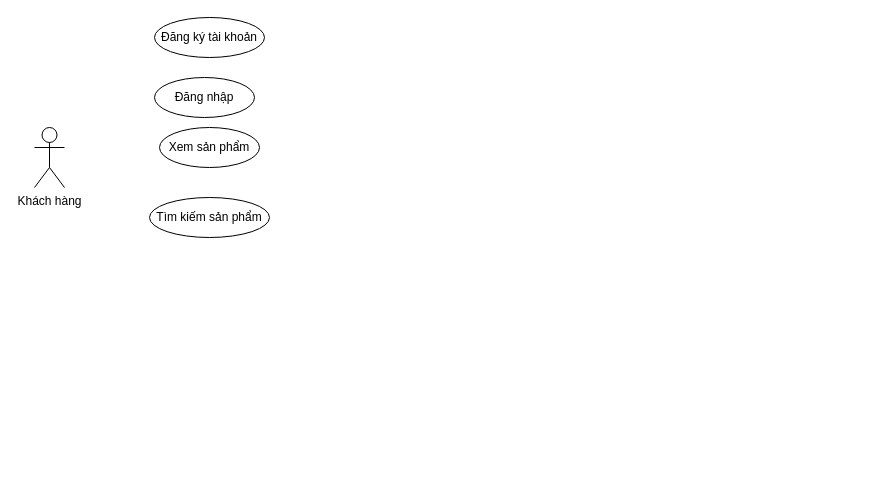
The draw.io diagram page "Page-1" (1 of 2) of shitttt.drawio in Ly-Tien-Dat/doantt, before the edit. Source tidied: cells renumbered, new cells numbered last; positions are measured from the earlier drawing's top-left corner, leaving out a move shared by most shapes. Both pictures are drawn from the tidied source at 100%, with x=0, y=0 at pixel (34, 17).
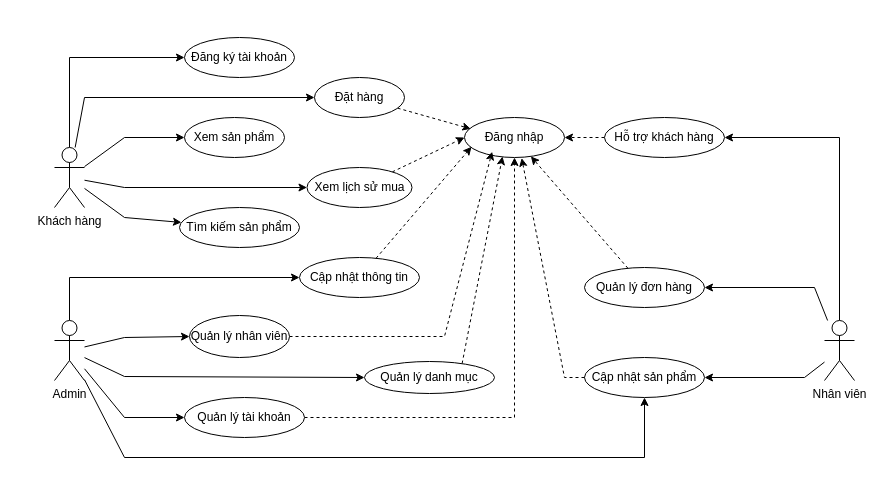
The same page after the edit.

Commit message:
Cập nhật shitttt.drawio

Change to the diagram source:
```diff
@@
+    <mxCell id="7" style="edgeStyle=none;rounded=0;jettySize=auto;html=1;" parent="1" edge="1" source="2" target="4">
+      <mxGeometry relative="1" as="geometry">
+        <Array as="points">
+          <mxPoint x="35" y="40" />
+        </Array>
+      </mxGeometry>
+    </mxCell>
+    <mxCell id="8" style="edgeStyle=none;rounded=0;jettySize=auto;html=1;entryX=0;entryY=0.5;entryDx=0;entryDy=0;" parent="1" edge="1" source="2" target="5">
+      <mxGeometry relative="1" as="geometry">
+        <Array as="points">
+          <mxPoint x="90" y="120" />
+        </Array>
+      </mxGeometry>
+    </mxCell>
+    <mxCell id="9" style="edgeStyle=none;rounded=0;jettySize=auto;html=1;entryX=0;entryY=0.5;entryDx=0;entryDy=0;" parent="1" edge="1" source="2" target="13">
+      <mxGeometry relative="1" as="geometry">
+        <Array as="points">
+          <mxPoint x="50" y="80" />
+        </Array>
+      </mxGeometry>
+    </mxCell>
+    <mxCell id="10" style="edgeStyle=none;rounded=0;jettySize=auto;html=1;entryX=0;entryY=0.5;entryDx=0;entryDy=0;" parent="1" edge="1" source="2" target="15">
+      <mxGeometry relative="1" as="geometry">
+        <Array as="points">
+          <mxPoint x="90" y="170" />
+        </Array>
+      </mxGeometry>
+    </mxCell>
+    <mxCell id="11" style="edgeStyle=none;rounded=0;jettySize=auto;html=1;" parent="1" edge="1" source="2" target="6">
+      <mxGeometry relative="1" as="geometry">
+        <Array as="points">
+          <mxPoint x="90" y="200" />
+        </Array>
+      </mxGeometry>
+    </mxCell>
     <mxCell id="2" value="Khách hàng" style="shape=umlActor;verticalLabelPosition=bottom;verticalAlign=top;html=1;outlineConnect=0;" parent="1" vertex="1">
-      <mxGeometry y="110" width="30" height="60" as="geometry" />
+      <mxGeometry x="20" y="130" width="30" height="60" as="geometry" />
     </mxCell>
     <mxCell id="3" value="Đăng nhập" style="ellipse;whiteSpace=wrap;html=1;" parent="1" vertex="1">
-      <mxGeometry x="120" y="60" width="100" height="40" as="geometry" />
+      <mxGeometry x="430" y="100" width="100" height="40" as="geometry" />
     </mxCell>
     <mxCell id="4" value="Đăng ký tài khoản" style="ellipse;whiteSpace=wrap;html=1;" parent="1" vertex="1">
-      <mxGeometry x="120" width="110" height="40" as="geometry" />
+      <mxGeometry x="150" y="20" width="110" height="40" as="geometry" />
     </mxCell>
     <mxCell id="5" value="Xem sản phẩm" style="ellipse;whiteSpace=wrap;html=1;" parent="1" vertex="1">
-      <mxGeometry x="125" y="110" width="100" height="40" as="geometry" />
+      <mxGeometry x="150" y="100" width="100" height="40" as="geometry" />
     </mxCell>
     <mxCell id="6" value="Tìm kiếm sản phẩm" style="ellipse;whiteSpace=wrap;html=1;" parent="1" vertex="1">
-      <mxGeometry x="115" y="180" width="120" height="40" as="geometry" />
+      <mxGeometry x="145" y="190" width="120" height="40" as="geometry" />
     </mxCell>
+    <mxCell id="12" style="edgeStyle=none;rounded=0;jettySize=auto;html=1;dashed=1;entryX=0.063;entryY=0.283;entryDx=0;entryDy=0;entryPerimeter=0;" parent="1" edge="1" source="13" target="3">
+      <mxGeometry relative="1" as="geometry" />
+    </mxCell>
+    <mxCell id="13" value="Đặt hàng" style="ellipse;whiteSpace=wrap;html=1;" parent="1" vertex="1">
+      <mxGeometry x="280" y="60" width="90" height="40" as="geometry" />
+    </mxCell>
+    <mxCell id="14" style="edgeStyle=none;rounded=0;jettySize=auto;html=1;dashed=1;entryX=0;entryY=0.5;entryDx=0;entryDy=0;" parent="1" edge="1" source="15" target="3">
+      <mxGeometry relative="1" as="geometry" />
+    </mxCell>
+    <mxCell id="15" value="Xem lịch sử mua" style="ellipse;whiteSpace=wrap;html=1;" parent="1" vertex="1">
+      <mxGeometry x="272.5" y="150" width="105" height="40" as="geometry" />
+    </mxCell>
+    <mxCell id="16" value="Cập nhật thông tin" style="ellipse;whiteSpace=wrap;html=1;" parent="1" vertex="1">
+      <mxGeometry x="265" y="240" width="120" height="40" as="geometry" />
+    </mxCell>
+    <mxCell id="17" style="edgeStyle=none;rounded=0;jettySize=auto;html=1;entryX=0;entryY=0.5;entryDx=0;entryDy=0;" parent="1" edge="1" source="21" target="16">
+      <mxGeometry relative="1" as="geometry">
+        <Array as="points">
+          <mxPoint x="35" y="260" />
+        </Array>
+      </mxGeometry>
+    </mxCell>
+    <mxCell id="18" style="edgeStyle=none;rounded=0;jettySize=auto;html=1;" parent="1" edge="1" source="21" target="30">
+      <mxGeometry relative="1" as="geometry">
+        <Array as="points">
+          <mxPoint x="90" y="400" />
+        </Array>
+      </mxGeometry>
+    </mxCell>
+    <mxCell id="19" style="edgeStyle=none;rounded=0;jettySize=auto;html=1;entryX=0;entryY=0.5;entryDx=0;entryDy=0;" parent="1" edge="1" source="21" target="33">
+      <mxGeometry relative="1" as="geometry">
+        <Array as="points">
+          <mxPoint x="90" y="359" />
+        </Array>
+      </mxGeometry>
+    </mxCell>
+    <mxCell id="20" style="edgeStyle=none;rounded=0;jettySize=auto;html=1;entryX=0.5;entryY=1;entryDx=0;entryDy=0;" parent="1" edge="1" source="21" target="31">
+      <mxGeometry relative="1" as="geometry">
+        <Array as="points">
+          <mxPoint x="90" y="440" />
+          <mxPoint x="610" y="440" />
+        </Array>
+      </mxGeometry>
+    </mxCell>
+    <mxCell id="21" value="Admin" style="shape=umlActor;verticalLabelPosition=bottom;verticalAlign=top;html=1;outlineConnect=0;" parent="1" vertex="1">
+      <mxGeometry x="20" y="303" width="30" height="60" as="geometry" />
+    </mxCell>
+    <mxCell id="22" style="edgeStyle=none;rounded=0;jettySize=auto;html=1;entryX=1;entryY=0.5;entryDx=0;entryDy=0;" parent="1" edge="1" source="25" target="35">
+      <mxGeometry relative="1" as="geometry">
+        <Array as="points">
+          <mxPoint x="780" y="270" />
+        </Array>
+      </mxGeometry>
+    </mxCell>
+    <mxCell id="23" style="edgeStyle=none;rounded=0;jettySize=auto;html=1;entryX=1;entryY=0.5;entryDx=0;entryDy=0;" parent="1" edge="1" source="25" target="31">
+      <mxGeometry relative="1" as="geometry">
+        <Array as="points">
+          <mxPoint x="770" y="360" />
+        </Array>
+      </mxGeometry>
+    </mxCell>
+    <mxCell id="24" style="edgeStyle=none;rounded=0;jettySize=auto;html=1;" parent="1" edge="1" source="25" target="37">
+      <mxGeometry relative="1" as="geometry">
+        <Array as="points">
+          <mxPoint x="805" y="120" />
+        </Array>
+      </mxGeometry>
+    </mxCell>
+    <mxCell id="25" value="Nhân viên" style="shape=umlActor;verticalLabelPosition=bottom;verticalAlign=top;html=1;outlineConnect=0;" parent="1" vertex="1">
+      <mxGeometry x="790" y="303" width="30" height="60" as="geometry" />
+    </mxCell>
+    <mxCell id="26" style="edgeStyle=none;rounded=0;jettySize=auto;html=1;dashed=1;entryX=0.07;entryY=0.733;entryDx=0;entryDy=0;entryPerimeter=0;" parent="1" edge="1" source="16" target="3">
+      <mxGeometry relative="1" as="geometry" />
+    </mxCell>
+    <mxCell id="27" style="edgeStyle=none;rounded=0;jettySize=auto;html=1;exitX=1;exitY=0.5;exitDx=0;exitDy=0;entryX=0.276;entryY=0.855;entryDx=0;entryDy=0;dashed=1;entryPerimeter=0;" parent="1" edge="1" source="28" target="3">
+      <mxGeometry relative="1" as="geometry">
+        <Array as="points">
+          <mxPoint x="410" y="319" />
+        </Array>
+      </mxGeometry>
+    </mxCell>
+    <mxCell id="28" value="Quản lý nhân viên" style="ellipse;whiteSpace=wrap;html=1;" parent="1" vertex="1">
+      <mxGeometry x="155" y="298" width="100" height="42" as="geometry" />
+    </mxCell>
+    <mxCell id="29" style="edgeStyle=none;rounded=0;jettySize=auto;html=1;entryX=0.5;entryY=1;entryDx=0;entryDy=0;dashed=1;" parent="1" edge="1" source="30" target="3">
+      <mxGeometry relative="1" as="geometry">
+        <Array as="points">
+          <mxPoint x="480" y="400" />
+        </Array>
+      </mxGeometry>
+    </mxCell>
+    <mxCell id="30" value="Quản lý tài khoản" style="ellipse;whiteSpace=wrap;html=1;" parent="1" vertex="1">
+      <mxGeometry x="150" y="380" width="120" height="40" as="geometry" />
+    </mxCell>
+    <mxCell id="31" value="Cập nhật sản phẩm" style="ellipse;whiteSpace=wrap;html=1;" parent="1" vertex="1">
+      <mxGeometry x="550" y="340" width="120" height="40" as="geometry" />
+    </mxCell>
+    <mxCell id="32" style="edgeStyle=none;rounded=0;jettySize=auto;html=1;dashed=1;exitX=0.751;exitY=0.062;exitDx=0;exitDy=0;exitPerimeter=0;entryX=0.38;entryY=0.975;entryDx=0;entryDy=0;entryPerimeter=0;" parent="1" edge="1" source="33" target="3">
+      <mxGeometry relative="1" as="geometry" />
+    </mxCell>
+    <mxCell id="33" value="Quản lý danh mục" style="ellipse;whiteSpace=wrap;html=1;" parent="1" vertex="1">
+      <mxGeometry x="330" y="344" width="130" height="32" as="geometry" />
+    </mxCell>
+    <mxCell id="34" style="edgeStyle=none;rounded=0;jettySize=auto;html=1;dashed=1;" parent="1" edge="1" source="35" target="3">
+      <mxGeometry relative="1" as="geometry" />
+    </mxCell>
+    <mxCell id="35" value="Quản lý đơn hàng" style="ellipse;whiteSpace=wrap;html=1;" parent="1" vertex="1">
+      <mxGeometry x="550" y="250" width="120" height="40" as="geometry" />
+    </mxCell>
+    <mxCell id="36" style="edgeStyle=none;rounded=0;jettySize=auto;html=1;entryX=1;entryY=0.5;entryDx=0;entryDy=0;dashed=1;" parent="1" edge="1" source="37" target="3">
+      <mxGeometry relative="1" as="geometry" />
+    </mxCell>
+    <mxCell id="37" value="Hỗ trợ khách hàng" style="ellipse;whiteSpace=wrap;html=1;" parent="1" vertex="1">
+      <mxGeometry x="570" y="100" width="120" height="40" as="geometry" />
+    </mxCell>
+    <mxCell id="38" style="edgeStyle=none;rounded=0;jettySize=auto;html=1;entryX=0;entryY=0.5;entryDx=0;entryDy=0;" parent="1" edge="1" source="21" target="28">
+      <mxGeometry relative="1" as="geometry">
+        <Array as="points">
+          <mxPoint x="90" y="320" />
+        </Array>
+      </mxGeometry>
+    </mxCell>
+    <mxCell id="39" style="edgeStyle=none;rounded=0;jettySize=auto;html=1;entryX=0.572;entryY=1.015;entryDx=0;entryDy=0;entryPerimeter=0;dashed=1;" parent="1" edge="1" source="31" target="3">
+      <mxGeometry relative="1" as="geometry">
+        <Array as="points">
+          <mxPoint x="530" y="360" />
+        </Array>
+      </mxGeometry>
+    </mxCell>
```
